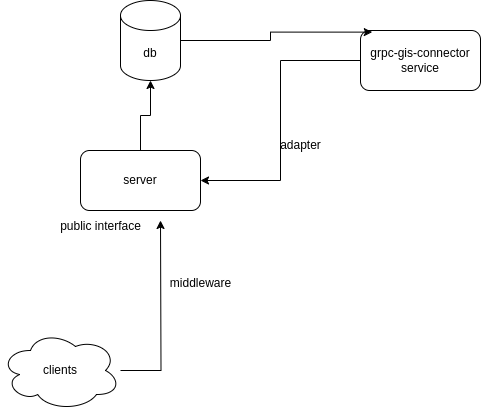
This is grpc.drawio.png from yashplg/draw.io, a draw.io export, as it was before one commit. Source tidied: cells renumbered, new cells last; positions are measured from the earlier drawing's top-left corner, leaving out a move shared by most shapes.
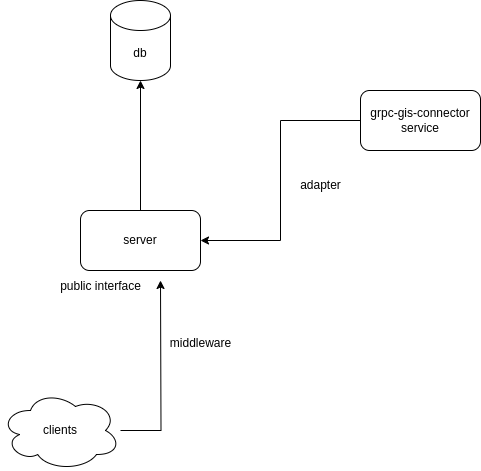
The same file after the commit.

Diff of the diagram source:
```diff
@@ -23,17 +23,14 @@
       <mxGeometry x="50" y="213" width="100" height="40" as="geometry" />
     </mxCell>
     <mxCell id="8" value="adapter" style="text;html=1;align=center;verticalAlign=middle;strokeColor=none;fillColor=none;" parent="1" vertex="1">
-      <mxGeometry x="270" y="130" width="60" height="30" as="geometry" />
+      <mxGeometry x="290" y="110" width="60" height="30" as="geometry" />
     </mxCell>
     <mxCell id="9" value="middleware&lt;div&gt;&lt;br&gt;&lt;/div&gt;" style="text;html=1;align=center;verticalAlign=middle;strokeColor=none;fillColor=none;" parent="1" vertex="1">
       <mxGeometry x="160" y="270" width="80" height="40" as="geometry" />
     </mxCell>
     <mxCell id="10" value="db" style="shape=cylinder3;whiteSpace=wrap;html=1;boundedLbl=1;backgroundOutline=1;size=15;" parent="1" vertex="1">
-      <mxGeometry x="120" width="60" height="80" as="geometry" />
+      <mxGeometry x="110" y="-60" width="60" height="80" as="geometry" />
     </mxCell>
-    <mxCell id="11" style="edgeStyle=orthogonalEdgeStyle;rounded=0;jettySize=auto;html=1;entryX=0.098;entryY=0.027;entryDx=0;entryDy=0;entryPerimeter=0;" parent="1" edge="1" source="10" target="4">
-      <mxGeometry relative="1" as="geometry" />
-    </mxCell>
     <mxCell id="12" style="edgeStyle=orthogonalEdgeStyle;rounded=0;jettySize=auto;html=1;entryX=0.5;entryY=1;entryDx=0;entryDy=0;entryPerimeter=0;" parent="1" edge="1" source="2" target="10">
       <mxGeometry relative="1" as="geometry" />
     </mxCell>
```
